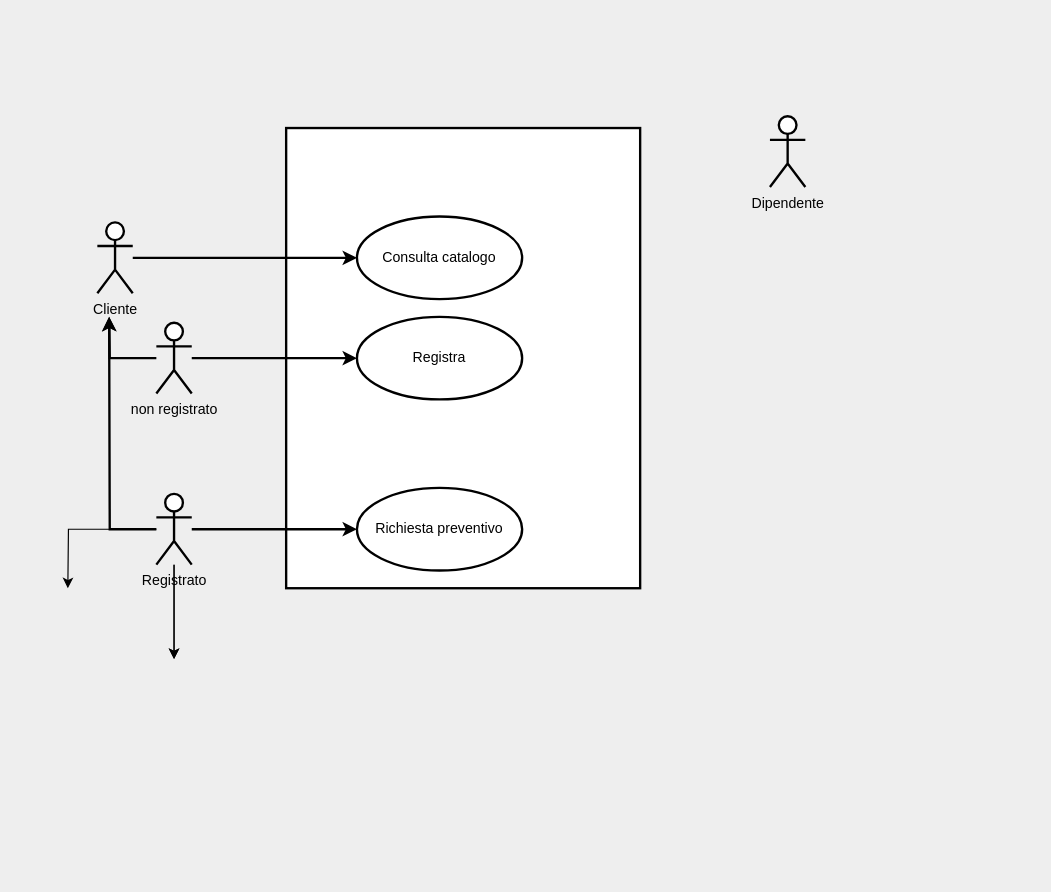
Earlier version of the draw.io diagram doc/useCase.drawio (446f6e6e79/ConfiguratoreAuto). Source tidied: cells renumbered, new cells numbered last; positions are measured from the earlier drawing's top-left corner, leaving out a move shared by most shapes. Both pictures are drawn from the tidied source at 118%, with x=0, y=0 at pixel (67, 116).
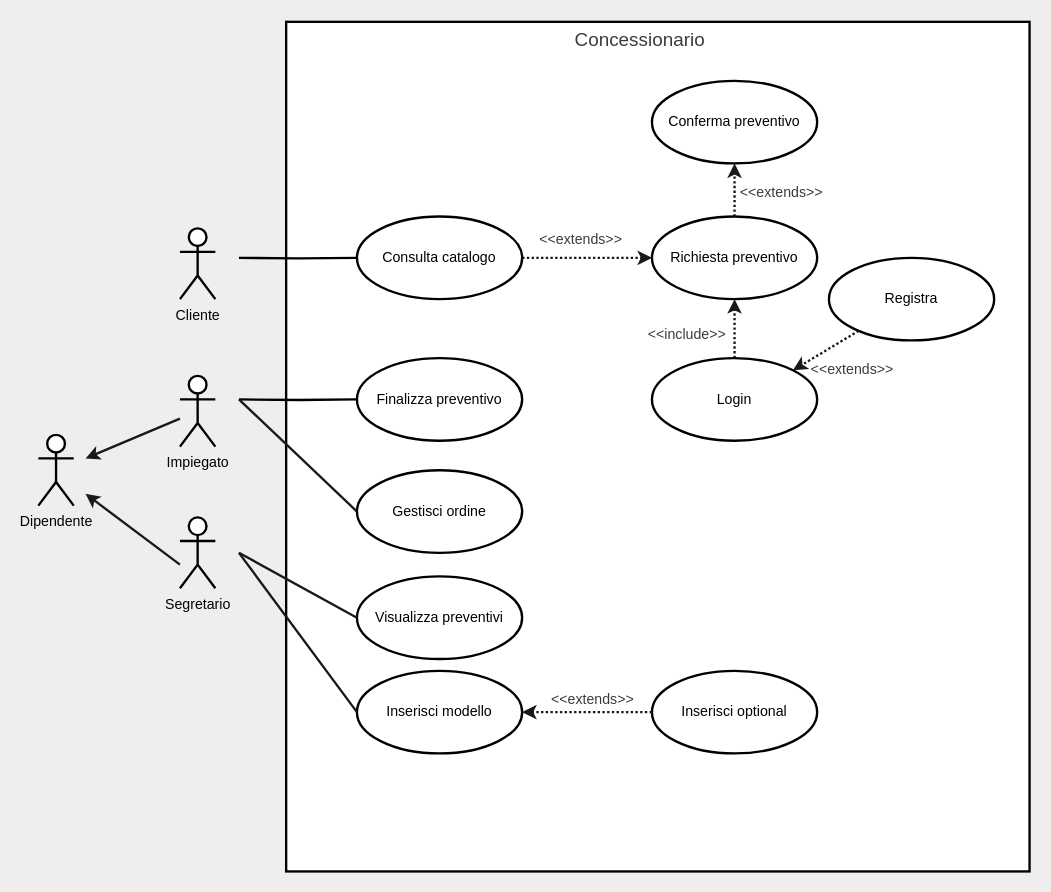
Above is the later version.

Unchanged cells that the change refers to:
```xml
<mxCell id="15" value="Consulta catalogo" style="ellipse;whiteSpace=wrap;html=1;strokeColor=#000000;strokeWidth=2;fontColor=#000000;fillColor=#FFFFFF;" parent="1" vertex="1">
  <mxGeometry x="245" y="85" width="140" height="70" as="geometry" />
</mxCell>
```

Change to the diagram source:
```diff
@@
     <mxCell id="2" style="html=1;fillColor=#FFFFFF;strokeWidth=2;strokeColor=#000000;" parent="1" vertex="1">
-      <mxGeometry x="185" y="10" width="300" height="390" as="geometry" />
+      <mxGeometry x="185" y="-80" width="630" height="720" as="geometry" />
     </mxCell>
-    <mxCell id="3" style="edgeStyle=orthogonalEdgeStyle;rounded=0;jettySize=auto;html=1;strokeColor=#000000;strokeWidth=2;fontColor=#000000;endArrow=classic;endFill=1;" parent="1" edge="1" source="4" target="15">
-      <mxGeometry relative="1" as="geometry" />
+    <mxCell id="3" style="edgeStyle=orthogonalEdgeStyle;rounded=0;jettySize=auto;html=1;strokeColor=#000000;strokeWidth=2;fontColor=#000000;endArrow=none;endFill=0;" parent="1" edge="1" target="15">
+      <mxGeometry relative="1" as="geometry">
+        <mxPoint x="145" y="120" as="sourcePoint" />
+      </mxGeometry>
     </mxCell>
     <mxCell id="4" value="Cliente" style="shape=umlActor;verticalLabelPosition=bottom;verticalAlign=top;html=1;strokeColor=#000000;strokeWidth=2;fontColor=#000000;fillColor=#FFFFFF;" parent="1" vertex="1">
-      <mxGeometry x="25" y="90" width="30" height="60" as="geometry" />
+      <mxGeometry x="95" y="95" width="30" height="60" as="geometry" />
     </mxCell>
-    <mxCell id="5" style="edgeStyle=orthogonalEdgeStyle;rounded=0;jettySize=auto;html=1;strokeColor=#000000;strokeWidth=2;fontColor=#000000;" parent="1" edge="1" source="7">
-      <mxGeometry relative="1" as="geometry">
-        <mxPoint x="35" y="170" as="targetPoint" />
-      </mxGeometry>
-    </mxCell>
-    <mxCell id="6" style="edgeStyle=orthogonalEdgeStyle;rounded=0;jettySize=auto;html=1;entryX=0;entryY=0.5;entryDx=0;entryDy=0;strokeColor=#000000;strokeWidth=2;fontColor=#000000;endArrow=classic;endFill=1;" parent="1" edge="1" source="7" target="16">
-      <mxGeometry relative="1" as="geometry" />
-    </mxCell>
-    <mxCell id="7" value="non registrato" style="shape=umlActor;verticalLabelPosition=bottom;verticalAlign=top;html=1;strokeColor=#000000;strokeWidth=2;fontColor=#000000;fillColor=#FFFFFF;" parent="1" vertex="1">
-      <mxGeometry x="75" y="175" width="30" height="60" as="geometry" />
-    </mxCell>
-    <mxCell id="8" style="edgeStyle=orthogonalEdgeStyle;rounded=0;jettySize=auto;html=1;fontColor=#000000;" parent="1" edge="1" source="13">
-      <mxGeometry relative="1" as="geometry">
-        <mxPoint x="90" y="460" as="targetPoint" />
-      </mxGeometry>
-    </mxCell>
-    <mxCell id="9" style="edgeStyle=orthogonalEdgeStyle;rounded=0;jettySize=auto;html=1;fontColor=#000000;" parent="1" edge="1" source="13">
-      <mxGeometry relative="1" as="geometry">
-        <mxPoint y="400" as="targetPoint" />
-      </mxGeometry>
-    </mxCell>
-    <mxCell id="10" style="edgeStyle=orthogonalEdgeStyle;rounded=0;jettySize=auto;html=1;fontColor=#000000;" parent="1" edge="1" source="13">
-      <mxGeometry relative="1" as="geometry">
-        <mxPoint x="90" y="460" as="targetPoint" />
-      </mxGeometry>
-    </mxCell>
-    <mxCell id="11" style="edgeStyle=orthogonalEdgeStyle;rounded=0;jettySize=auto;html=1;fontColor=#000000;entryX=0;entryY=0.5;entryDx=0;entryDy=0;strokeWidth=2;strokeColor=#000000;" parent="1" edge="1" source="13" target="14">
-      <mxGeometry relative="1" as="geometry" />
-    </mxCell>
-    <mxCell id="12" style="edgeStyle=orthogonalEdgeStyle;rounded=0;jettySize=auto;html=1;strokeColor=#000000;strokeWidth=2;fontColor=#000000;endArrow=classic;endFill=1;" parent="1" edge="1" source="13">
-      <mxGeometry relative="1" as="geometry">
-        <mxPoint x="35" y="170" as="targetPoint" />
-      </mxGeometry>
-    </mxCell>
-    <mxCell id="13" value="Registrato" style="shape=umlActor;verticalLabelPosition=bottom;verticalAlign=top;html=1;strokeColor=#000000;strokeWidth=2;fontColor=#000000;fillColor=#FFFFFF;" parent="1" vertex="1">
-      <mxGeometry x="75" y="320" width="30" height="60" as="geometry" />
-    </mxCell>
     <mxCell id="14" value="Richiesta preventivo" style="ellipse;whiteSpace=wrap;html=1;strokeColor=#000000;strokeWidth=2;fontColor=#000000;fillColor=#FFFFFF;" parent="1" vertex="1">
-      <mxGeometry x="245" y="315" width="140" height="70" as="geometry" />
+      <mxGeometry x="495" y="85" width="140" height="70" as="geometry" />
     </mxCell>
+    <mxCell id="18" style="edgeStyle=orthogonalEdgeStyle;rounded=0;jettySize=auto;html=1;strokeColor=#191919;strokeWidth=2;dashed=1;dashPattern=1 1;" parent="1" edge="1" source="15" target="14">
+      <mxGeometry relative="1" as="geometry" />
+    </mxCell>
@@
     <mxCell id="16" value="Registra" style="ellipse;whiteSpace=wrap;html=1;strokeColor=#000000;strokeWidth=2;fontColor=#000000;fillColor=#FFFFFF;" parent="1" vertex="1">
-      <mxGeometry x="245" y="170" width="140" height="70" as="geometry" />
+      <mxGeometry x="645" y="120" width="140" height="70" as="geometry" />
     </mxCell>
     <mxCell id="17" value="Dipendente" style="shape=umlActor;verticalLabelPosition=bottom;verticalAlign=top;html=1;strokeColor=#000000;strokeWidth=2;fontColor=#000000;fillColor=#FFFFFF;" parent="1" vertex="1">
-      <mxGeometry x="595" width="30" height="60" as="geometry" />
+      <mxGeometry x="-25" y="270" width="30" height="60" as="geometry" />
     </mxCell>
+    <mxCell id="19" value="Segretario" style="shape=umlActor;verticalLabelPosition=bottom;verticalAlign=top;html=1;strokeColor=#000000;strokeWidth=2;fontColor=#000000;fillColor=#FFFFFF;" parent="1" vertex="1">
+      <mxGeometry x="95" y="340" width="30" height="60" as="geometry" />
+    </mxCell>
+    <mxCell id="20" value="Impiegato" style="shape=umlActor;verticalLabelPosition=bottom;verticalAlign=top;html=1;strokeColor=#000000;strokeWidth=2;fontColor=#000000;fillColor=#FFFFFF;" parent="1" vertex="1">
+      <mxGeometry x="95" y="220" width="30" height="60" as="geometry" />
+    </mxCell>
+    <mxCell id="21" style="endArrow=classic;html=1;rounded=0;strokeWidth=2;strokeColor=#191919;" parent="1" edge="1" source="20">
+      <mxGeometry relative="1" as="geometry">
+        <mxPoint x="15" y="290" as="targetPoint" />
+      </mxGeometry>
+    </mxCell>
+    <mxCell id="22" style="endArrow=classic;html=1;rounded=0;strokeWidth=2;strokeColor=#191919;" parent="1" edge="1">
+      <mxGeometry relative="1" as="geometry">
+        <mxPoint x="95" y="380" as="sourcePoint" />
+        <mxPoint x="15" y="320" as="targetPoint" />
+      </mxGeometry>
+    </mxCell>
+    <mxCell id="23" style="edgeStyle=orthogonalEdgeStyle;rounded=0;jettySize=auto;html=1;strokeColor=#191919;strokeWidth=2;dashed=1;dashPattern=1 1;" parent="1" edge="1" source="24" target="14">
+      <mxGeometry relative="1" as="geometry" />
+    </mxCell>
+    <mxCell id="24" value="Login" style="ellipse;whiteSpace=wrap;html=1;strokeColor=#000000;strokeWidth=2;fontColor=#000000;fillColor=#FFFFFF;" parent="1" vertex="1">
+      <mxGeometry x="495" y="205" width="140" height="70" as="geometry" />
+    </mxCell>
+    <mxCell id="25" value="&amp;lt;&amp;lt;include&amp;gt;&amp;gt;" style="text;html=1;strokeColor=none;fillColor=none;align=center;verticalAlign=middle;whiteSpace=wrap;rounded=0;fontColor=#3B3B3B;" parent="1" vertex="1">
+      <mxGeometry x="495" y="170" width="60" height="30" as="geometry" />
+    </mxCell>
+    <mxCell id="26" style="edgeStyle=orthogonalEdgeStyle;rounded=0;orthogonalLoop=1;jettySize=auto;html=1;exitX=0.5;exitY=1;exitDx=0;exitDy=0;strokeColor=#191919;strokeWidth=2;fontColor=#3B3B3B;endArrow=none;endFill=0;" parent="1" edge="1" source="24" target="24">
+      <mxGeometry relative="1" as="geometry" />
+    </mxCell>
+    <mxCell id="27" style="endArrow=classic;html=1;rounded=0;strokeColor=#191919;strokeWidth=2;fontColor=#3B3B3B;entryX=1;entryY=0;entryDx=0;entryDy=0;dashed=1;dashPattern=1 1;" parent="1" edge="1" source="16" target="24">
+      <mxGeometry relative="1" as="geometry" />
+    </mxCell>
+    <mxCell id="28" value="&amp;lt;&amp;lt;extends&amp;gt;&amp;gt;" style="text;html=1;strokeColor=none;fillColor=none;align=center;verticalAlign=middle;whiteSpace=wrap;rounded=0;fontColor=#3B3B3B;" parent="1" vertex="1">
+      <mxGeometry x="635" y="200" width="60" height="30" as="geometry" />
+    </mxCell>
+    <mxCell id="29" value="&amp;lt;&amp;lt;extends&amp;gt;&amp;gt;" style="text;html=1;strokeColor=none;fillColor=none;align=center;verticalAlign=middle;whiteSpace=wrap;rounded=0;fontColor=#3B3B3B;" parent="1" vertex="1">
+      <mxGeometry x="405" y="90" width="60" height="30" as="geometry" />
+    </mxCell>
+    <mxCell id="30" value="Finalizza preventivo" style="ellipse;whiteSpace=wrap;html=1;strokeColor=#000000;strokeWidth=2;fontColor=#000000;fillColor=#FFFFFF;" parent="1" vertex="1">
+      <mxGeometry x="245" y="205" width="140" height="70" as="geometry" />
+    </mxCell>
+    <mxCell id="31" style="edgeStyle=orthogonalEdgeStyle;rounded=0;jettySize=auto;html=1;strokeColor=#000000;strokeWidth=2;fontColor=#000000;endArrow=none;endFill=0;entryX=0;entryY=0.5;entryDx=0;entryDy=0;" parent="1" edge="1" target="30">
+      <mxGeometry relative="1" as="geometry">
+        <mxPoint x="145" y="240" as="sourcePoint" />
+      </mxGeometry>
+    </mxCell>
+    <mxCell id="32" value="Gestisci ordine" style="ellipse;whiteSpace=wrap;html=1;strokeColor=#000000;strokeWidth=2;fontColor=#000000;fillColor=#FFFFFF;" parent="1" vertex="1">
+      <mxGeometry x="245" y="300" width="140" height="70" as="geometry" />
+    </mxCell>
+    <mxCell id="33" style="endArrow=none;html=1;rounded=0;strokeColor=#191919;strokeWidth=2;fontColor=#3B3B3B;entryX=0;entryY=0.5;entryDx=0;entryDy=0;" parent="1" edge="1" target="32">
+      <mxGeometry relative="1" as="geometry">
+        <mxPoint x="145" y="240" as="sourcePoint" />
+      </mxGeometry>
+    </mxCell>
+    <mxCell id="34" value="Visualizza preventivi" style="ellipse;whiteSpace=wrap;html=1;strokeColor=#000000;strokeWidth=2;fontColor=#000000;fillColor=#FFFFFF;" parent="1" vertex="1">
+      <mxGeometry x="245" y="390" width="140" height="70" as="geometry" />
+    </mxCell>
+    <mxCell id="35" value="Conferma preventivo" style="ellipse;whiteSpace=wrap;html=1;strokeColor=#000000;strokeWidth=2;fontColor=#000000;fillColor=#FFFFFF;" parent="1" vertex="1">
+      <mxGeometry x="495" y="-30" width="140" height="70" as="geometry" />
+    </mxCell>
+    <mxCell id="36" style="endArrow=classic;html=1;rounded=0;dashed=1;dashPattern=1 1;strokeColor=#191919;strokeWidth=2;fontColor=#3B3B3B;entryX=0.5;entryY=1;entryDx=0;entryDy=0;exitX=0.5;exitY=0;exitDx=0;exitDy=0;" parent="1" edge="1" source="14" target="35">
+      <mxGeometry relative="1" as="geometry" />
+    </mxCell>
+    <mxCell id="37" value="&amp;lt;&amp;lt;extends&amp;gt;&amp;gt;" style="text;html=1;strokeColor=none;fillColor=none;align=center;verticalAlign=middle;whiteSpace=wrap;rounded=0;fontColor=#3B3B3B;" parent="1" vertex="1">
+      <mxGeometry x="575" y="50" width="60" height="30" as="geometry" />
+    </mxCell>
+    <mxCell id="38" style="endArrow=none;html=1;rounded=0;strokeColor=#191919;strokeWidth=2;fontColor=#3B3B3B;entryX=0;entryY=0.5;entryDx=0;entryDy=0;" parent="1" edge="1" target="34">
+      <mxGeometry relative="1" as="geometry">
+        <mxPoint x="145" y="370" as="sourcePoint" />
+      </mxGeometry>
+    </mxCell>
+    <mxCell id="39" value="Inserisci modello" style="ellipse;whiteSpace=wrap;html=1;strokeColor=#000000;strokeWidth=2;fontColor=#000000;fillColor=#FFFFFF;" parent="1" vertex="1">
+      <mxGeometry x="245" y="470" width="140" height="70" as="geometry" />
+    </mxCell>
+    <mxCell id="40" value="Inserisci optional" style="ellipse;whiteSpace=wrap;html=1;strokeColor=#000000;strokeWidth=2;fontColor=#000000;fillColor=#FFFFFF;" parent="1" vertex="1">
+      <mxGeometry x="495" y="470" width="140" height="70" as="geometry" />
+    </mxCell>
+    <mxCell id="41" style="endArrow=none;html=1;rounded=0;strokeColor=#191919;strokeWidth=2;fontColor=#3B3B3B;entryX=0;entryY=0.5;entryDx=0;entryDy=0;" parent="1" edge="1" target="39">
+      <mxGeometry relative="1" as="geometry">
+        <mxPoint x="145" y="370" as="sourcePoint" />
+      </mxGeometry>
+    </mxCell>
+    <mxCell id="42" style="endArrow=classic;html=1;rounded=0;strokeColor=#191919;strokeWidth=2;fontColor=#3B3B3B;entryX=1;entryY=0.5;entryDx=0;entryDy=0;exitX=0;exitY=0.5;exitDx=0;exitDy=0;dashed=1;dashPattern=1 1;" parent="1" edge="1" source="40" target="39">
+      <mxGeometry relative="1" as="geometry" />
+    </mxCell>
+    <mxCell id="43" value="&amp;lt;&amp;lt;extends&amp;gt;&amp;gt;" style="text;html=1;strokeColor=none;fillColor=none;align=center;verticalAlign=middle;whiteSpace=wrap;rounded=0;fontColor=#3B3B3B;" parent="1" vertex="1">
+      <mxGeometry x="415" y="480" width="60" height="30" as="geometry" />
+    </mxCell>
+    <mxCell id="44" value="&lt;font style=&quot;font-size: 16px;&quot;&gt;Concessionario&lt;/font&gt;" style="text;html=1;strokeColor=none;fillColor=none;align=center;verticalAlign=middle;whiteSpace=wrap;rounded=0;fontColor=#3B3B3B;" parent="1" vertex="1">
+      <mxGeometry x="455" y="-80" width="60" height="30" as="geometry" />
+    </mxCell>
```
